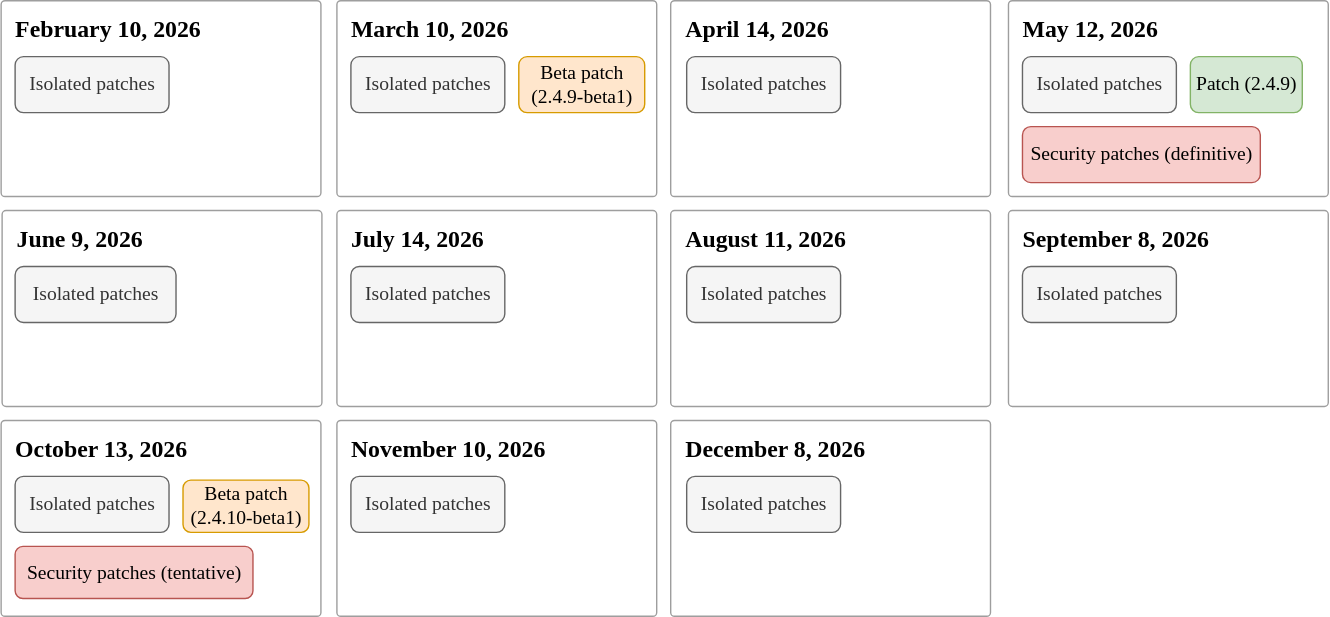
The draw.io diagram help/assets/release/release-calendar.drawio.svg in AdobeDocs/commerce-operations.en, before a commit. Source tidied: cells renumbered, new cells last; positions are measured from the earlier drawing's top-left corner, leaving out a move shared by most shapes.
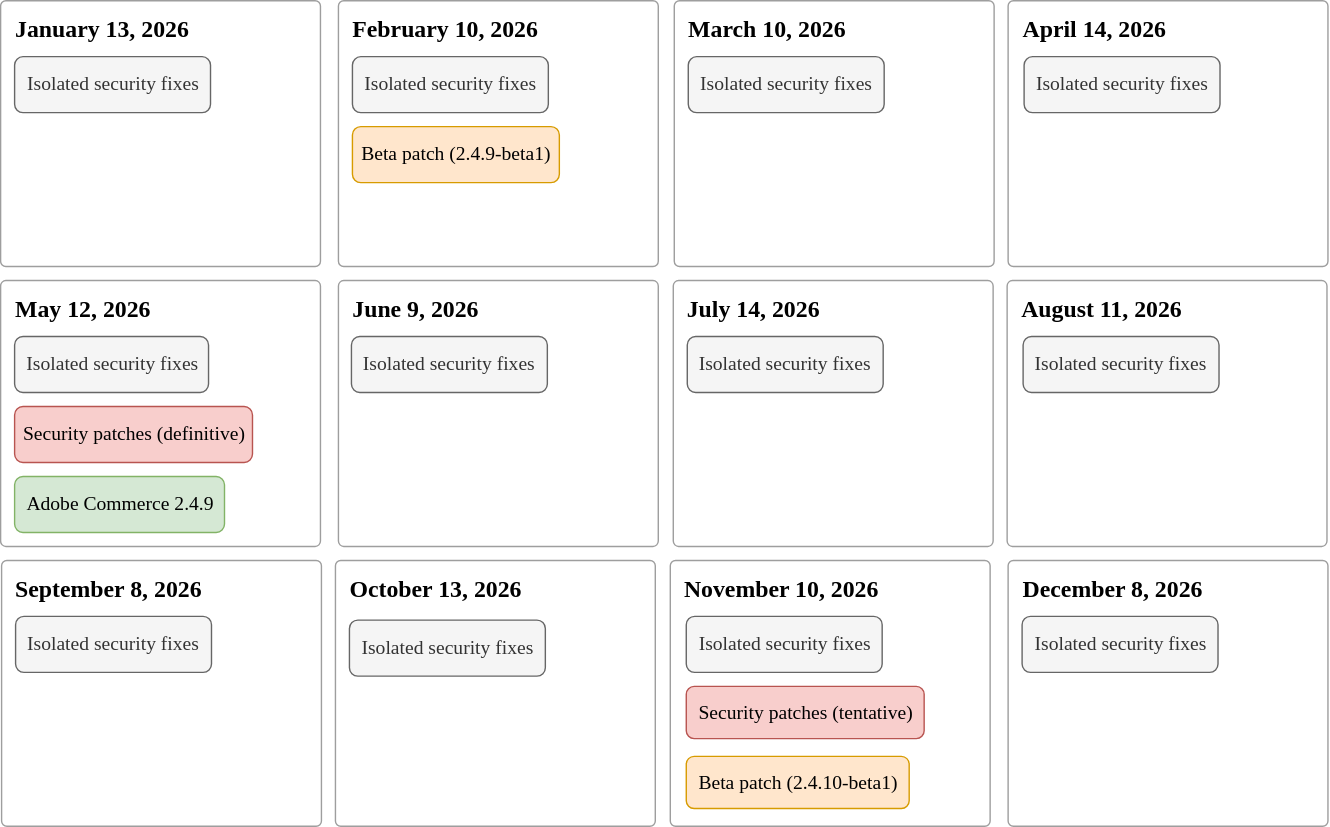
Above is the later version.

Commit message:
COMDOX-1284: PM/PMM updates to patch naming

Change to the diagram source:
```diff
@@ -2,86 +2,92 @@
   <root>
     <mxCell id="0" />
     <mxCell id="1" parent="0" />
-    <mxCell id="2" value="&lt;div&gt;&lt;font&gt;&lt;b&gt;March 10, 2026&lt;/b&gt;&lt;/font&gt;&lt;/div&gt;&lt;div&gt;&lt;br&gt;&lt;/div&gt;&lt;div&gt;&lt;br&gt;&lt;/div&gt;" style="rounded=1;whiteSpace=wrap;html=1;arcSize=2;fillColor=none;strokeColor=#9E9E9E;fontFamily=Adobe Clean;fontSize=17;perimeter=rectanglePerimeter;shadow=0;align=left;spacingTop=-58;spacing=2;spacingLeft=8;" parent="1" vertex="1">
-      <mxGeometry x="240" width="228.6" height="140" as="geometry" />
+    <mxCell id="2" value="&lt;div&gt;&lt;font&gt;&lt;b&gt;March 10, 2026&lt;/b&gt;&lt;/font&gt;&lt;/div&gt;&lt;div&gt;&lt;br&gt;&lt;/div&gt;&lt;div&gt;&lt;br&gt;&lt;/div&gt;" style="rounded=1;whiteSpace=wrap;html=1;arcSize=2;fillColor=none;strokeColor=#9E9E9E;fontFamily=Adobe Clean;fontSize=17;perimeter=rectanglePerimeter;shadow=0;align=left;spacingTop=-108;spacing=2;spacingLeft=8;" parent="1" vertex="1">
+      <mxGeometry x="482.1" width="228.6" height="190" as="geometry" />
     </mxCell>
-    <mxCell id="3" value="&lt;div&gt;&lt;font&gt;&lt;b&gt;May 12, 2026&lt;/b&gt;&lt;/font&gt;&lt;/div&gt;&lt;div&gt;&lt;br&gt;&lt;/div&gt;&lt;div&gt;&lt;br&gt;&lt;/div&gt;" style="rounded=1;whiteSpace=wrap;html=1;arcSize=2;fillColor=none;strokeColor=#9E9E9E;fontFamily=Adobe Clean;fontSize=17;perimeter=rectanglePerimeter;shadow=0;align=left;spacingTop=-58;spacing=2;spacingLeft=8;" parent="1" vertex="1">
-      <mxGeometry x="720" width="228.6" height="140" as="geometry" />
+    <mxCell id="3" value="&lt;div&gt;&lt;font&gt;&lt;b&gt;May 12, 2026&lt;/b&gt;&lt;/font&gt;&lt;/div&gt;&lt;div&gt;&lt;br&gt;&lt;/div&gt;&lt;div&gt;&lt;br&gt;&lt;/div&gt;" style="rounded=1;whiteSpace=wrap;html=1;arcSize=2;fillColor=none;strokeColor=#9E9E9E;fontFamily=Adobe Clean;fontSize=17;perimeter=rectanglePerimeter;shadow=0;align=left;spacingTop=-108;spacing=2;spacingLeft=8;" parent="1" vertex="1">
+      <mxGeometry x="0.7" y="200" width="228.6" height="190" as="geometry" />
     </mxCell>
-    <mxCell id="4" value="&lt;div&gt;&lt;font&gt;&lt;b&gt;June 9, 2026&lt;/b&gt;&lt;/font&gt;&lt;/div&gt;&lt;div&gt;&lt;br&gt;&lt;/div&gt;&lt;div&gt;&lt;br&gt;&lt;/div&gt;" style="rounded=1;whiteSpace=wrap;html=1;arcSize=2;fillColor=none;strokeColor=#9E9E9E;fontFamily=Adobe Clean;fontSize=17;perimeter=rectanglePerimeter;shadow=0;align=left;spacingTop=-58;spacing=2;spacingLeft=8;" parent="1" vertex="1">
-      <mxGeometry x="0.7" y="150" width="228.6" height="140" as="geometry" />
+    <mxCell id="4" value="&lt;div&gt;&lt;font&gt;&lt;b&gt;June 9, 2026&lt;/b&gt;&lt;/font&gt;&lt;/div&gt;&lt;div&gt;&lt;br&gt;&lt;/div&gt;&lt;div&gt;&lt;br&gt;&lt;/div&gt;" style="rounded=1;whiteSpace=wrap;html=1;arcSize=2;fillColor=none;strokeColor=#9E9E9E;fontFamily=Adobe Clean;fontSize=17;perimeter=rectanglePerimeter;shadow=0;align=left;spacingTop=-108;spacing=2;spacingLeft=8;" parent="1" vertex="1">
+      <mxGeometry x="242.1" y="200" width="228.6" height="190" as="geometry" />
     </mxCell>
-    <mxCell id="5" value="&lt;div&gt;&lt;font&gt;&lt;b&gt;July 14, 2026&lt;/b&gt;&lt;/font&gt;&lt;/div&gt;&lt;div&gt;&lt;br&gt;&lt;/div&gt;&lt;div&gt;&lt;br&gt;&lt;/div&gt;" style="rounded=1;whiteSpace=wrap;html=1;arcSize=2;fillColor=none;strokeColor=#9E9E9E;fontFamily=Adobe Clean;fontSize=17;perimeter=rectanglePerimeter;shadow=0;align=left;spacingTop=-58;spacing=2;spacingLeft=8;" parent="1" vertex="1">
-      <mxGeometry x="240" y="150" width="228.6" height="140" as="geometry" />
+    <mxCell id="5" value="&lt;div&gt;&lt;font&gt;&lt;b&gt;July 14, 2026&lt;/b&gt;&lt;/font&gt;&lt;/div&gt;&lt;div&gt;&lt;br&gt;&lt;/div&gt;&lt;div&gt;&lt;br&gt;&lt;/div&gt;" style="rounded=1;whiteSpace=wrap;html=1;arcSize=2;fillColor=none;strokeColor=#9E9E9E;fontFamily=Adobe Clean;fontSize=17;perimeter=rectanglePerimeter;shadow=0;align=left;spacingTop=-108;spacing=2;spacingLeft=8;" parent="1" vertex="1">
+      <mxGeometry x="481.4" y="200" width="228.6" height="190" as="geometry" />
     </mxCell>
-    <mxCell id="6" value="&lt;div&gt;&lt;font&gt;&lt;b&gt;August 11, 2026&lt;/b&gt;&lt;/font&gt;&lt;/div&gt;&lt;div&gt;&lt;br&gt;&lt;/div&gt;&lt;div&gt;&lt;br&gt;&lt;/div&gt;" style="rounded=1;whiteSpace=wrap;html=1;arcSize=2;fillColor=none;strokeColor=#9E9E9E;fontFamily=Adobe Clean;fontSize=17;perimeter=rectanglePerimeter;shadow=0;align=left;spacingTop=-58;spacing=2;spacingLeft=8;" parent="1" vertex="1">
-      <mxGeometry x="478.6" y="150" width="228.6" height="140" as="geometry" />
+    <mxCell id="6" value="&lt;div&gt;&lt;font&gt;&lt;b&gt;August 11, 2026&lt;/b&gt;&lt;/font&gt;&lt;/div&gt;&lt;div&gt;&lt;br&gt;&lt;/div&gt;&lt;div&gt;&lt;br&gt;&lt;/div&gt;" style="rounded=1;whiteSpace=wrap;html=1;arcSize=2;fillColor=none;strokeColor=#9E9E9E;fontFamily=Adobe Clean;fontSize=17;perimeter=rectanglePerimeter;shadow=0;align=left;spacingTop=-108;spacing=2;spacingLeft=8;" parent="1" vertex="1">
+      <mxGeometry x="720" y="200" width="228.6" height="190" as="geometry" />
     </mxCell>
-    <mxCell id="7" value="&lt;div&gt;&lt;font&gt;&lt;b&gt;September 8, 2026&lt;/b&gt;&lt;/font&gt;&lt;/div&gt;&lt;div&gt;&lt;br&gt;&lt;/div&gt;&lt;div&gt;&lt;br&gt;&lt;/div&gt;" style="rounded=1;whiteSpace=wrap;html=1;arcSize=2;fillColor=none;strokeColor=#9E9E9E;fontFamily=Adobe Clean;fontSize=17;perimeter=rectanglePerimeter;shadow=0;align=left;spacingTop=-58;spacing=2;spacingLeft=8;" parent="1" vertex="1">
-      <mxGeometry x="720" y="150" width="228.6" height="140" as="geometry" />
+    <mxCell id="7" value="&lt;div&gt;&lt;font&gt;&lt;b&gt;September 8, 2026&lt;/b&gt;&lt;/font&gt;&lt;/div&gt;&lt;div&gt;&lt;br&gt;&lt;/div&gt;&lt;div&gt;&lt;br&gt;&lt;/div&gt;" style="rounded=1;whiteSpace=wrap;html=1;arcSize=2;fillColor=none;strokeColor=#9E9E9E;fontFamily=Adobe Clean;fontSize=17;perimeter=rectanglePerimeter;shadow=0;align=left;spacingTop=-108;spacing=2;spacingLeft=8;" parent="1" vertex="1">
+      <mxGeometry x="1.4" y="400" width="228.6" height="190" as="geometry" />
     </mxCell>
-    <mxCell id="8" value="&lt;div&gt;&lt;font&gt;&lt;b&gt;November 10, 2026&lt;/b&gt;&lt;/font&gt;&lt;/div&gt;&lt;div&gt;&lt;br&gt;&lt;/div&gt;&lt;div&gt;&lt;br&gt;&lt;/div&gt;" style="rounded=1;whiteSpace=wrap;html=1;arcSize=2;fillColor=none;strokeColor=#9E9E9E;fontFamily=Adobe Clean;fontSize=17;perimeter=rectanglePerimeter;shadow=0;align=left;spacingTop=-58;spacing=2;spacingLeft=8;" parent="1" vertex="1">
-      <mxGeometry x="240" y="300" width="228.6" height="140" as="geometry" />
+    <mxCell id="8" value="&lt;div&gt;&lt;font&gt;&lt;b&gt;November 10, 2026&lt;/b&gt;&lt;/font&gt;&lt;/div&gt;&lt;div&gt;&lt;br&gt;&lt;/div&gt;&lt;div&gt;&lt;br&gt;&lt;/div&gt;" style="rounded=1;whiteSpace=wrap;html=1;arcSize=2;fillColor=none;strokeColor=#9E9E9E;fontFamily=Adobe Clean;fontSize=17;perimeter=rectanglePerimeter;shadow=0;align=left;spacingTop=-108;spacing=2;spacingLeft=8;" parent="1" vertex="1">
+      <mxGeometry x="479.3" y="400" width="228.6" height="190" as="geometry" />
     </mxCell>
-    <mxCell id="9" value="&lt;div&gt;&lt;font&gt;&lt;b&gt;December 8, 2026&lt;/b&gt;&lt;/font&gt;&lt;/div&gt;&lt;div&gt;&lt;br&gt;&lt;/div&gt;&lt;div&gt;&lt;br&gt;&lt;/div&gt;" style="rounded=1;whiteSpace=wrap;html=1;arcSize=2;fillColor=none;strokeColor=#9E9E9E;fontFamily=Adobe Clean;fontSize=17;perimeter=rectanglePerimeter;shadow=0;align=left;spacingTop=-58;spacing=2;spacingLeft=8;" parent="1" vertex="1">
-      <mxGeometry x="478.6" y="300" width="228.6" height="140" as="geometry" />
+    <mxCell id="9" value="&lt;div&gt;&lt;font&gt;&lt;b&gt;December 8, 2026&lt;/b&gt;&lt;/font&gt;&lt;/div&gt;&lt;div&gt;&lt;br&gt;&lt;/div&gt;&lt;div&gt;&lt;br&gt;&lt;/div&gt;" style="rounded=1;whiteSpace=wrap;html=1;arcSize=2;fillColor=none;strokeColor=#9E9E9E;fontFamily=Adobe Clean;fontSize=17;perimeter=rectanglePerimeter;shadow=0;align=left;spacingTop=-108;spacing=2;spacingLeft=8;" parent="1" vertex="1">
+      <mxGeometry x="720.7" y="400" width="228.6" height="190" as="geometry" />
     </mxCell>
-    <mxCell id="10" value="&lt;div&gt;&lt;font&gt;&lt;b&gt;February 10, 2026&lt;/b&gt;&lt;/font&gt;&lt;/div&gt;&lt;div&gt;&lt;br&gt;&lt;/div&gt;&lt;div&gt;&lt;br&gt;&lt;/div&gt;" style="rounded=1;whiteSpace=wrap;html=1;arcSize=2;fillColor=none;strokeColor=#9E9E9E;fontFamily=Adobe Clean;fontSize=17;perimeter=rectanglePerimeter;shadow=0;align=left;spacingTop=-58;spacing=2;spacingLeft=8;" parent="1" vertex="1">
-      <mxGeometry width="228.6" height="140" as="geometry" />
+    <mxCell id="10" value="&lt;div&gt;&lt;font&gt;&lt;b&gt;February 10, 2026&lt;/b&gt;&lt;/font&gt;&lt;/div&gt;&lt;div&gt;&lt;br&gt;&lt;/div&gt;&lt;div&gt;&lt;br&gt;&lt;/div&gt;" style="rounded=1;whiteSpace=wrap;html=1;arcSize=2;fillColor=none;strokeColor=#9E9E9E;fontFamily=Adobe Clean;fontSize=17;perimeter=rectanglePerimeter;shadow=0;align=left;spacingTop=-108;spacing=2;spacingLeft=8;" parent="1" vertex="1">
+      <mxGeometry x="242.1" width="228.6" height="190" as="geometry" />
     </mxCell>
-    <mxCell id="11" value="&lt;div&gt;&lt;font&gt;&lt;b&gt;April 14, 2026&lt;/b&gt;&lt;/font&gt;&lt;/div&gt;&lt;div&gt;&lt;br&gt;&lt;/div&gt;&lt;div&gt;&lt;br&gt;&lt;/div&gt;" style="rounded=1;whiteSpace=wrap;html=1;arcSize=2;fillColor=none;strokeColor=#9E9E9E;fontFamily=Adobe Clean;fontSize=17;perimeter=rectanglePerimeter;shadow=0;align=left;spacingTop=-58;spacing=2;spacingLeft=8;" parent="1" vertex="1">
-      <mxGeometry x="478.6" width="228.6" height="140" as="geometry" />
+    <mxCell id="11" value="&lt;div&gt;&lt;font&gt;&lt;b&gt;April 14, 2026&lt;/b&gt;&lt;/font&gt;&lt;/div&gt;&lt;div&gt;&lt;br&gt;&lt;/div&gt;&lt;div&gt;&lt;br&gt;&lt;/div&gt;" style="rounded=1;whiteSpace=wrap;html=1;arcSize=2;fillColor=none;strokeColor=#9E9E9E;fontFamily=Adobe Clean;fontSize=17;perimeter=rectanglePerimeter;shadow=0;align=left;spacingTop=-108;spacing=2;spacingLeft=8;" parent="1" vertex="1">
+      <mxGeometry x="720.7" width="228.6" height="190" as="geometry" />
     </mxCell>
-    <mxCell id="12" value="Isolated patches" style="rounded=1;whiteSpace=wrap;html=1;fillColor=#f5f5f5;strokeColor=#666666;fontFamily=Adobe Clean;fontSize=14;fontColor=#333333;" parent="1" vertex="1">
-      <mxGeometry x="10" y="40" width="110" height="40" as="geometry" />
+    <mxCell id="12" value="Isolated security fixes" style="rounded=1;whiteSpace=wrap;html=1;fillColor=#f5f5f5;strokeColor=#666666;fontFamily=Adobe Clean;fontSize=14;fontColor=#333333;" parent="1" vertex="1">
+      <mxGeometry x="252.1" y="40" width="140" height="40" as="geometry" />
     </mxCell>
-    <mxCell id="13" value="Isolated patches" style="rounded=1;whiteSpace=wrap;html=1;fillColor=#f5f5f5;strokeColor=#666666;fontFamily=Adobe Clean;fontSize=14;fontColor=#333333;" parent="1" vertex="1">
-      <mxGeometry x="250" y="40" width="110" height="40" as="geometry" />
-    </mxCell>
-    <mxCell id="14" value="Isolated patches" style="rounded=1;whiteSpace=wrap;html=1;fillColor=#f5f5f5;strokeColor=#666666;fontFamily=Adobe Clean;fontSize=14;fontColor=#333333;" parent="1" vertex="1">
-      <mxGeometry x="250" y="190" width="110" height="40" as="geometry" />
-    </mxCell>
-    <mxCell id="15" value="Isolated patches" style="rounded=1;whiteSpace=wrap;html=1;fillColor=#f5f5f5;strokeColor=#666666;fontFamily=Adobe Clean;fontSize=14;fontColor=#333333;" parent="1" vertex="1">
-      <mxGeometry x="10" y="190" width="115" height="40" as="geometry" />
-    </mxCell>
-    <mxCell id="16" value="Isolated patches" style="rounded=1;whiteSpace=wrap;html=1;fillColor=#f5f5f5;strokeColor=#666666;fontFamily=Adobe Clean;fontSize=14;fontColor=#333333;" parent="1" vertex="1">
-      <mxGeometry x="250" y="340" width="110" height="40" as="geometry" />
-    </mxCell>
-    <mxCell id="17" value="Isolated patches" style="rounded=1;whiteSpace=wrap;html=1;fillColor=#f5f5f5;strokeColor=#666666;fontFamily=Adobe Clean;fontSize=14;fontColor=#333333;" parent="1" vertex="1">
-      <mxGeometry x="490" y="340" width="110" height="40" as="geometry" />
-    </mxCell>
-    <mxCell id="18" value="Isolated patches" style="rounded=1;whiteSpace=wrap;html=1;fillColor=#f5f5f5;strokeColor=#666666;fontFamily=Adobe Clean;fontSize=14;fontColor=#333333;" parent="1" vertex="1">
-      <mxGeometry x="490" y="190" width="110" height="40" as="geometry" />
-    </mxCell>
-    <mxCell id="19" value="Isolated patches" style="rounded=1;whiteSpace=wrap;html=1;fillColor=#f5f5f5;strokeColor=#666666;fontFamily=Adobe Clean;fontSize=14;fontColor=#333333;" parent="1" vertex="1">
-      <mxGeometry x="490" y="40" width="110" height="40" as="geometry" />
-    </mxCell>
-    <mxCell id="20" value="Isolated patches" style="rounded=1;whiteSpace=wrap;html=1;fillColor=#f5f5f5;strokeColor=#666666;fontFamily=Adobe Clean;fontSize=14;fontColor=#333333;" parent="1" vertex="1">
-      <mxGeometry x="730" y="190" width="110" height="40" as="geometry" />
-    </mxCell>
     <mxCell id="21" value="Security patches (definitive)" style="rounded=1;whiteSpace=wrap;html=1;fillColor=#f8cecc;strokeColor=#b85450;fontFamily=Adobe Clean;fontSize=14;" parent="1" vertex="1">
-      <mxGeometry x="730" y="90" width="170" height="40" as="geometry" />
+      <mxGeometry x="10.7" y="290" width="170" height="40" as="geometry" />
     </mxCell>
-    <mxCell id="22" value="Patch (2.4.9)" style="rounded=1;whiteSpace=wrap;html=1;fillColor=#d5e8d4;strokeColor=#82b366;fontFamily=Adobe Clean;fontSize=14;" parent="1" vertex="1">
-      <mxGeometry x="850" y="40" width="80" height="40" as="geometry" />
+    <mxCell id="22" value="Adobe Commerce 2.4.9" style="rounded=1;whiteSpace=wrap;html=1;fillColor=#d5e8d4;strokeColor=#82b366;fontFamily=Adobe Clean;fontSize=14;" parent="1" vertex="1">
+      <mxGeometry x="10.7" y="340" width="150" height="40" as="geometry" />
     </mxCell>
     <mxCell id="23" value="Beta patch (2.4.9-beta1)" style="rounded=1;whiteSpace=wrap;html=1;fillColor=#ffe6cc;strokeColor=#d79b00;fontFamily=Adobe Clean;fontSize=14;" parent="1" vertex="1">
-      <mxGeometry x="370" y="40" width="90" height="40" as="geometry" />
+      <mxGeometry x="252.1" y="90" width="147.9" height="40" as="geometry" />
     </mxCell>
-    <mxCell id="24" value="&lt;div&gt;&lt;font&gt;&lt;b&gt;October 13, 2026&lt;/b&gt;&lt;/font&gt;&lt;/div&gt;&lt;div&gt;&lt;br&gt;&lt;/div&gt;&lt;div&gt;&lt;br&gt;&lt;/div&gt;" style="rounded=1;whiteSpace=wrap;html=1;arcSize=2;fillColor=none;strokeColor=#9E9E9E;fontFamily=Adobe Clean;fontSize=17;perimeter=rectanglePerimeter;shadow=0;align=left;spacingTop=-58;spacing=2;spacingLeft=8;" parent="1" vertex="1">
-      <mxGeometry y="300" width="228.6" height="140" as="geometry" />
+    <mxCell id="24" value="&lt;div&gt;&lt;font&gt;&lt;b&gt;October 13, 2026&lt;/b&gt;&lt;/font&gt;&lt;/div&gt;&lt;div&gt;&lt;br&gt;&lt;/div&gt;&lt;div&gt;&lt;br&gt;&lt;/div&gt;" style="rounded=1;whiteSpace=wrap;html=1;arcSize=2;fillColor=none;strokeColor=#9E9E9E;fontFamily=Adobe Clean;fontSize=17;perimeter=rectanglePerimeter;shadow=0;align=left;spacingTop=-108;spacing=2;spacingLeft=8;" parent="1" vertex="1">
+      <mxGeometry x="240" y="400" width="228.6" height="190" as="geometry" />
     </mxCell>
     <mxCell id="25" value="Security patches (tentative)" style="rounded=1;whiteSpace=wrap;html=1;fillColor=#f8cecc;strokeColor=#b85450;fontFamily=Adobe Clean;fontSize=14;" parent="1" vertex="1">
-      <mxGeometry x="10" y="390" width="170" height="37.3" as="geometry" />
+      <mxGeometry x="490.7" y="490" width="170" height="37.3" as="geometry" />
     </mxCell>
     <mxCell id="26" value="Beta patch (2.4.10-beta1)" style="rounded=1;whiteSpace=wrap;html=1;fillColor=#ffe6cc;strokeColor=#d79b00;fontFamily=Adobe Clean;fontSize=14;" parent="1" vertex="1">
-      <mxGeometry x="130" y="342.7" width="90" height="37.3" as="geometry" />
+      <mxGeometry x="490.7" y="540" width="159.3" height="37.3" as="geometry" />
     </mxCell>
-    <mxCell id="27" value="Isolated patches" style="rounded=1;whiteSpace=wrap;html=1;fillColor=#f5f5f5;strokeColor=#666666;fontFamily=Adobe Clean;fontSize=14;fontColor=#333333;" parent="1" vertex="1">
-      <mxGeometry x="730" y="40" width="110" height="40" as="geometry" />
+    <mxCell id="27" value="Isolated security fixes" style="rounded=1;whiteSpace=wrap;html=1;fillColor=#f5f5f5;strokeColor=#666666;fontFamily=Adobe Clean;fontSize=14;fontColor=#333333;" parent="1" vertex="1">
+      <mxGeometry x="10.7" y="240" width="138.6" height="40" as="geometry" />
     </mxCell>
-    <mxCell id="28" value="Isolated patches" style="rounded=1;whiteSpace=wrap;html=1;fillColor=#f5f5f5;strokeColor=#666666;fontFamily=Adobe Clean;fontSize=14;fontColor=#333333;" parent="1" vertex="1">
-      <mxGeometry x="10" y="340" width="110" height="40" as="geometry" />
-    </mxCell>
+    <mxCell id="29" value="Isolated security fixes" style="rounded=1;whiteSpace=wrap;html=1;fillColor=#f5f5f5;strokeColor=#666666;fontFamily=Adobe Clean;fontSize=14;fontColor=#333333;" parent="1" vertex="1">
+      <mxGeometry x="492.1" y="40" width="140" height="40" as="geometry" />
+    </mxCell>
+    <mxCell id="30" value="Isolated security fixes" style="rounded=1;whiteSpace=wrap;html=1;fillColor=#f5f5f5;strokeColor=#666666;fontFamily=Adobe Clean;fontSize=14;fontColor=#333333;" parent="1" vertex="1">
+      <mxGeometry x="732.1" y="40" width="140" height="40" as="geometry" />
+    </mxCell>
+    <mxCell id="31" value="Isolated security fixes" style="rounded=1;whiteSpace=wrap;html=1;fillColor=#f5f5f5;strokeColor=#666666;fontFamily=Adobe Clean;fontSize=14;fontColor=#333333;" parent="1" vertex="1">
+      <mxGeometry x="251.4" y="240" width="140" height="40" as="geometry" />
+    </mxCell>
+    <mxCell id="32" value="Isolated security fixes" style="rounded=1;whiteSpace=wrap;html=1;fillColor=#f5f5f5;strokeColor=#666666;fontFamily=Adobe Clean;fontSize=14;fontColor=#333333;" parent="1" vertex="1">
+      <mxGeometry x="491.4" y="240" width="140" height="40" as="geometry" />
+    </mxCell>
+    <mxCell id="33" value="Isolated security fixes" style="rounded=1;whiteSpace=wrap;html=1;fillColor=#f5f5f5;strokeColor=#666666;fontFamily=Adobe Clean;fontSize=14;fontColor=#333333;" parent="1" vertex="1">
+      <mxGeometry x="731.4" y="240" width="140" height="40" as="geometry" />
+    </mxCell>
+    <mxCell id="34" value="Isolated security fixes" style="rounded=1;whiteSpace=wrap;html=1;fillColor=#f5f5f5;strokeColor=#666666;fontFamily=Adobe Clean;fontSize=14;fontColor=#333333;" parent="1" vertex="1">
+      <mxGeometry x="11.4" y="440" width="140" height="40" as="geometry" />
+    </mxCell>
+    <mxCell id="35" value="Isolated security fixes" style="rounded=1;whiteSpace=wrap;html=1;fillColor=#f5f5f5;strokeColor=#666666;fontFamily=Adobe Clean;fontSize=14;fontColor=#333333;" parent="1" vertex="1">
+      <mxGeometry x="490.7" y="440" width="140" height="40" as="geometry" />
+    </mxCell>
+    <mxCell id="36" value="Isolated security fixes" style="rounded=1;whiteSpace=wrap;html=1;fillColor=#f5f5f5;strokeColor=#666666;fontFamily=Adobe Clean;fontSize=14;fontColor=#333333;" parent="1" vertex="1">
+      <mxGeometry x="730.7" y="440" width="140" height="40" as="geometry" />
+    </mxCell>
+    <mxCell id="37" value="Isolated security fixes" style="rounded=1;whiteSpace=wrap;html=1;fillColor=#f5f5f5;strokeColor=#666666;fontFamily=Adobe Clean;fontSize=14;fontColor=#333333;" parent="1" vertex="1">
+      <mxGeometry x="250" y="442.7" width="140" height="40" as="geometry" />
+    </mxCell>
+    <mxCell id="38" value="&lt;div&gt;&lt;font&gt;&lt;b&gt;January 13, 2026&lt;/b&gt;&lt;/font&gt;&lt;/div&gt;&lt;div&gt;&lt;br&gt;&lt;/div&gt;&lt;div&gt;&lt;br&gt;&lt;/div&gt;" style="rounded=1;whiteSpace=wrap;html=1;arcSize=2;fillColor=none;strokeColor=#9E9E9E;fontFamily=Adobe Clean;fontSize=17;perimeter=rectanglePerimeter;shadow=0;align=left;spacingTop=-108;spacing=2;spacingLeft=8;" parent="1" vertex="1">
+      <mxGeometry x="0.7" width="228.6" height="190" as="geometry" />
+    </mxCell>
+    <mxCell id="39" value="Isolated security fixes" style="rounded=1;whiteSpace=wrap;html=1;fillColor=#f5f5f5;strokeColor=#666666;fontFamily=Adobe Clean;fontSize=14;fontColor=#333333;" parent="1" vertex="1">
+      <mxGeometry x="10.7" y="40" width="140" height="40" as="geometry" />
+    </mxCell>
   </root>
 </mxGraphModel>
```
